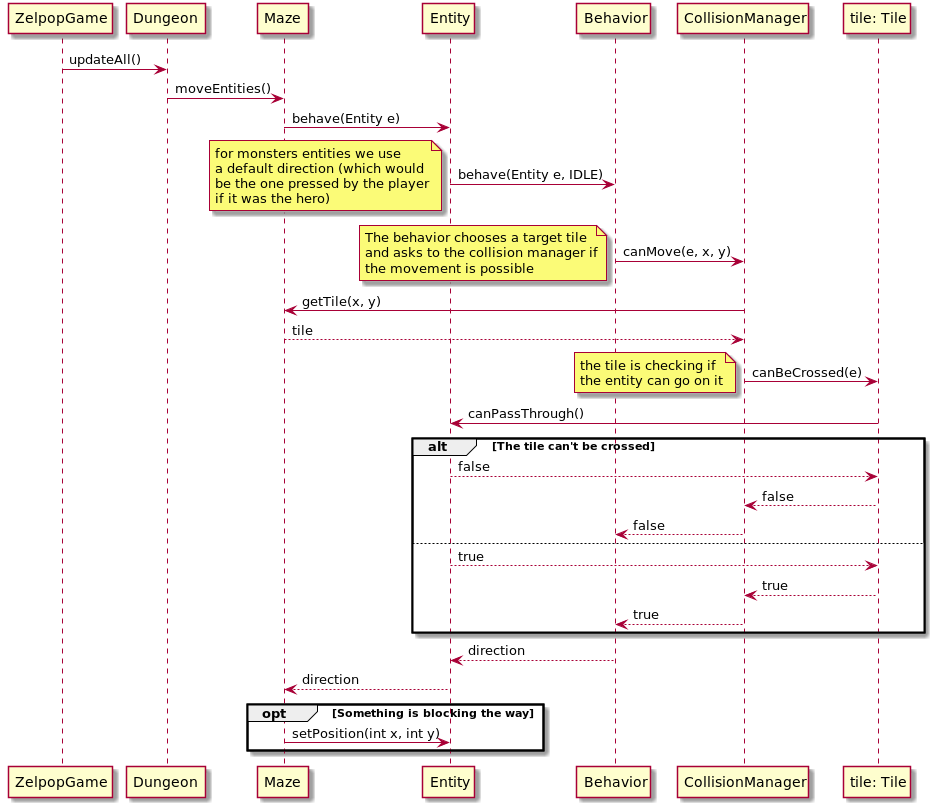
Earlier version of the PlantUML export doc/first_sprint/diagrams/sequences/move.png (Reynault/ACL_2019_Zelpop). The source it was exported from:
```plantuml
@startuml
ZelpopGame -> Dungeon : updateAll()
Dungeon -> Maze : moveEntities()


Maze -> Entity : behave(Entity e)

Entity -> Behavior : behave(Entity e, IDLE)

note left
    for monsters entities we use
    a default direction (which would
    be the one pressed by the player
    if it was the hero)
end note

Behavior -> CollisionManager: canMove(e, x, y)

note left
    The behavior chooses a target tile
    and asks to the collision manager if
    the movement is possible
end note

CollisionManager -> Maze : getTile(x, y)

Maze --> CollisionManager : tile

CollisionManager -> "tile: Tile": canBeCrossed(e)
note left
    the tile is checking if
    the entity can go on it
end note

"tile: Tile" -> Entity: canPassThrough()

alt The tile can't be crossed

    Entity --> "tile: Tile" : false

    "tile: Tile" --> CollisionManager: false

    CollisionManager --> Behavior: false

else

    Entity --> "tile: Tile" : true

    "tile: Tile" --> CollisionManager: true

    CollisionManager --> Behavior: true

end


Behavior --> Entity : direction

Entity --> Maze : direction

opt Something is blocking the way

    Maze -> Entity : setPosition(int x, int y)

end

@enduml
```
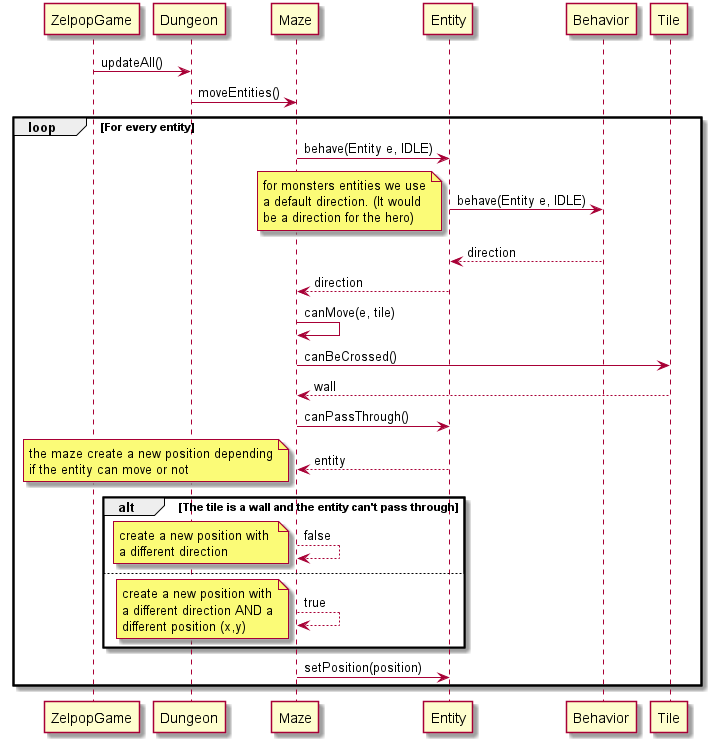
After the commit.

Change to the diagram source:
```diff
@@ -2,64 +2,59 @@
 ZelpopGame -> Dungeon : updateAll()
 Dungeon -> Maze : moveEntities()
 
+loop For every entity
 
-Maze -> Entity : behave(Entity e)
+    Maze -> Entity : behave(Entity e, IDLE)
 
-Entity -> Behavior : behave(Entity e, IDLE)
+    Entity -> Behavior : behave(Entity e, IDLE)
 
-note left
-    for monsters entities we use
-    a default direction (which would
-    be the one pressed by the player
-    if it was the hero)
-end note
+    note left
+        for monsters entities we use
+        a default direction. (It would
+        be a direction for the hero)
+    end note
 
-Behavior -> CollisionManager: canMove(e, x, y)
+    Behavior --> Entity : direction
 
-note left
-    The behavior chooses a target tile
-    and asks to the collision manager if
-    the movement is possible
-end note
+    Entity --> Maze : direction
 
-CollisionManager -> Maze : getTile(x, y)
+    Maze -> Maze : canMove(e, tile)
 
-Maze --> CollisionManager : tile
+    Maze -> Tile : canBeCrossed()
 
-CollisionManager -> "tile: Tile": canBeCrossed(e)
-note left
-    the tile is checking if
-    the entity can go on it
-end note
+    Tile --> Maze : wall
 
-"tile: Tile" -> Entity: canPassThrough()
+    Maze -> Entity : canPassThrough()
 
-alt The tile can't be crossed
+    Entity --> Maze : entity
 
-    Entity --> "tile: Tile" : false
+    note left
+        the maze create a new position depending
+        if the entity can move or not
+    end note
 
-    "tile: Tile" --> CollisionManager: false
+    alt The tile is a wall and the entity can't pass through
 
-    CollisionManager --> Behavior: false
+        Maze --> Maze : false
 
-else
+        note left
+            create a new position with
+            a different direction
+        end note
 
-    Entity --> "tile: Tile" : true
+    else
 
-    "tile: Tile" --> CollisionManager: true
+        Maze --> Maze : true
 
-    CollisionManager --> Behavior: true
+        note left
+            create a new position with
+            a different direction AND a
+            different position (x,y)
+        end note
 
-end
+    end
 
-
-Behavior --> Entity : direction
-
-Entity --> Maze : direction
-
-opt Something is blocking the way
-
-    Maze -> Entity : setPosition(int x, int y)
+    Maze -> Entity : setPosition(position)
 
 end
 
```
